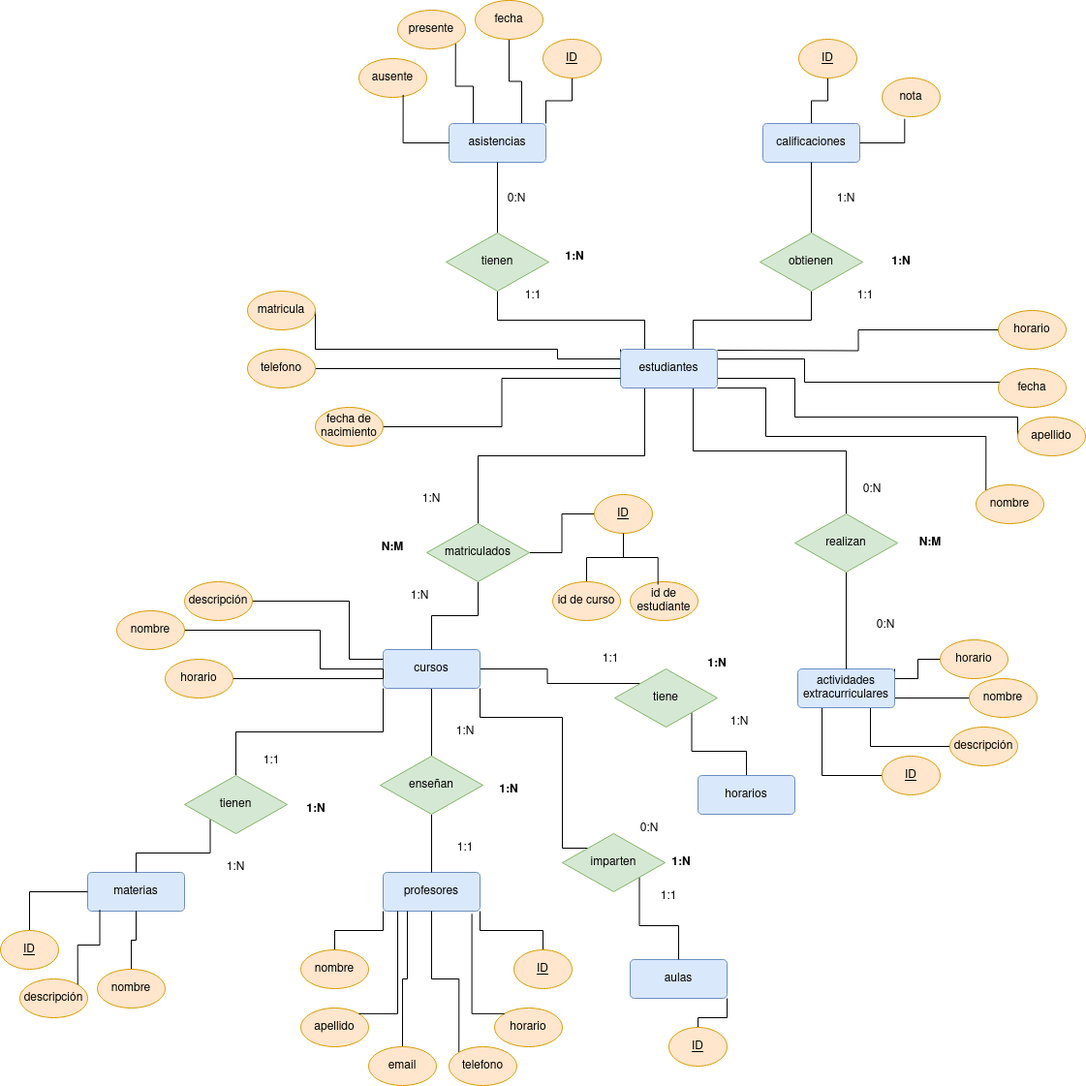
Before: Unidad-1/Tareas./Tarea - 7 evaluable/Tarea evaluable.drawio.png, a diagram exported from draw.io (mdiogc/base-datos). Source tidied: cells renumbered, new cells last; positions are measured from the earlier drawing's top-left corner, leaving out a move shared by most shapes.
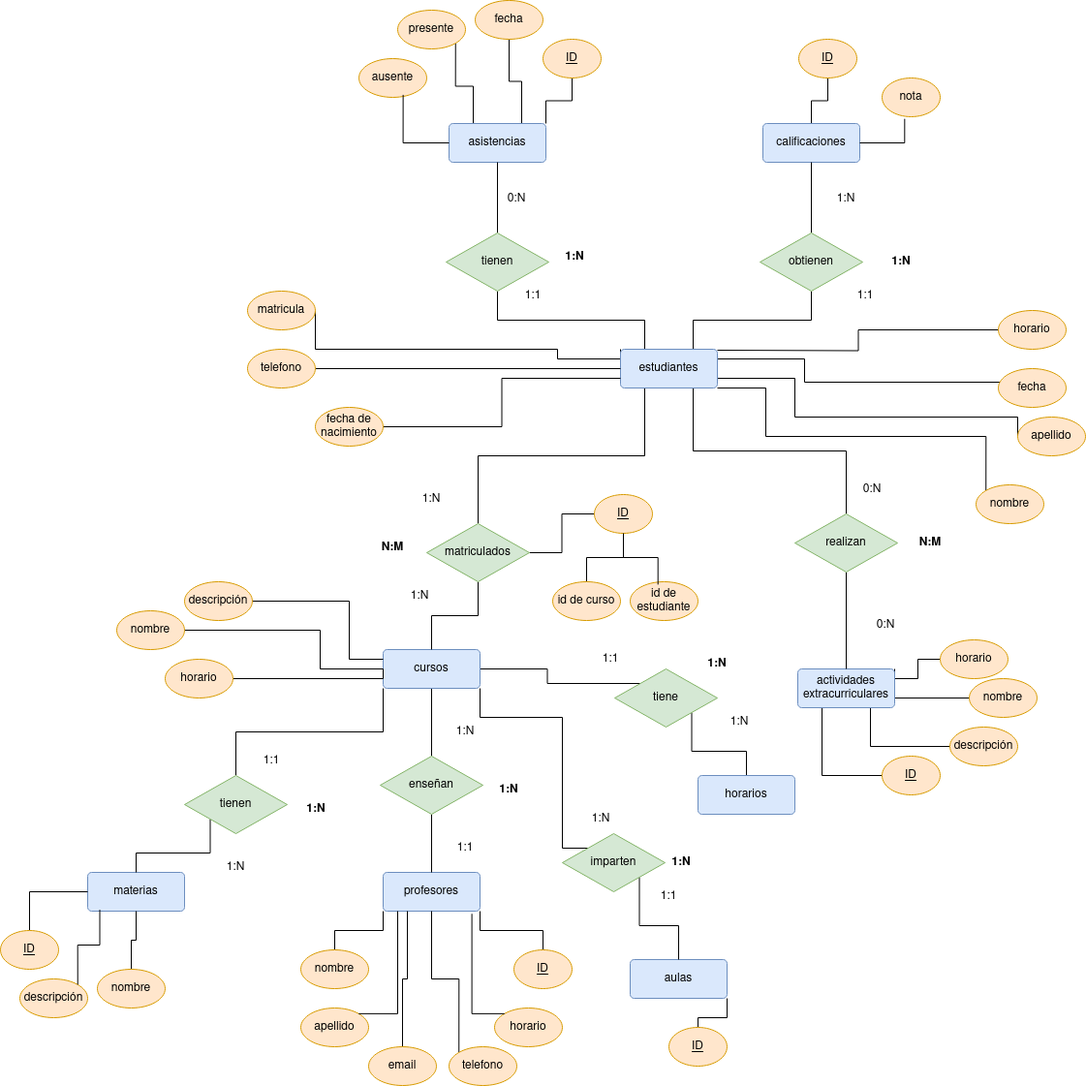
After the change.

The edit, as a diff of the source:
```diff
@@ -367,8 +367,8 @@
     <mxCell id="107" value="1:1" style="text;html=1;strokeColor=none;fillColor=none;align=center;verticalAlign=middle;whiteSpace=wrap;rounded=0;" parent="1" vertex="1">
       <mxGeometry x="660" y="910" width="60" height="30" as="geometry" />
     </mxCell>
-    <mxCell id="108" value="0:N" style="text;html=1;strokeColor=none;fillColor=none;align=center;verticalAlign=middle;whiteSpace=wrap;rounded=0;" parent="1" vertex="1">
-      <mxGeometry x="640" y="840" width="60" height="30" as="geometry" />
+    <mxCell id="108" value="1:N" style="text;html=1;strokeColor=none;fillColor=none;align=center;verticalAlign=middle;whiteSpace=wrap;rounded=0;" parent="1" vertex="1">
+      <mxGeometry x="590" y="830" width="60" height="30" as="geometry" />
     </mxCell>
     <mxCell id="109" value="&lt;b&gt;1:N&lt;/b&gt;" style="text;html=1;strokeColor=none;fillColor=none;align=center;verticalAlign=middle;whiteSpace=wrap;rounded=0;" parent="1" vertex="1">
       <mxGeometry x="673" y="875" width="60" height="30" as="geometry" />
```
